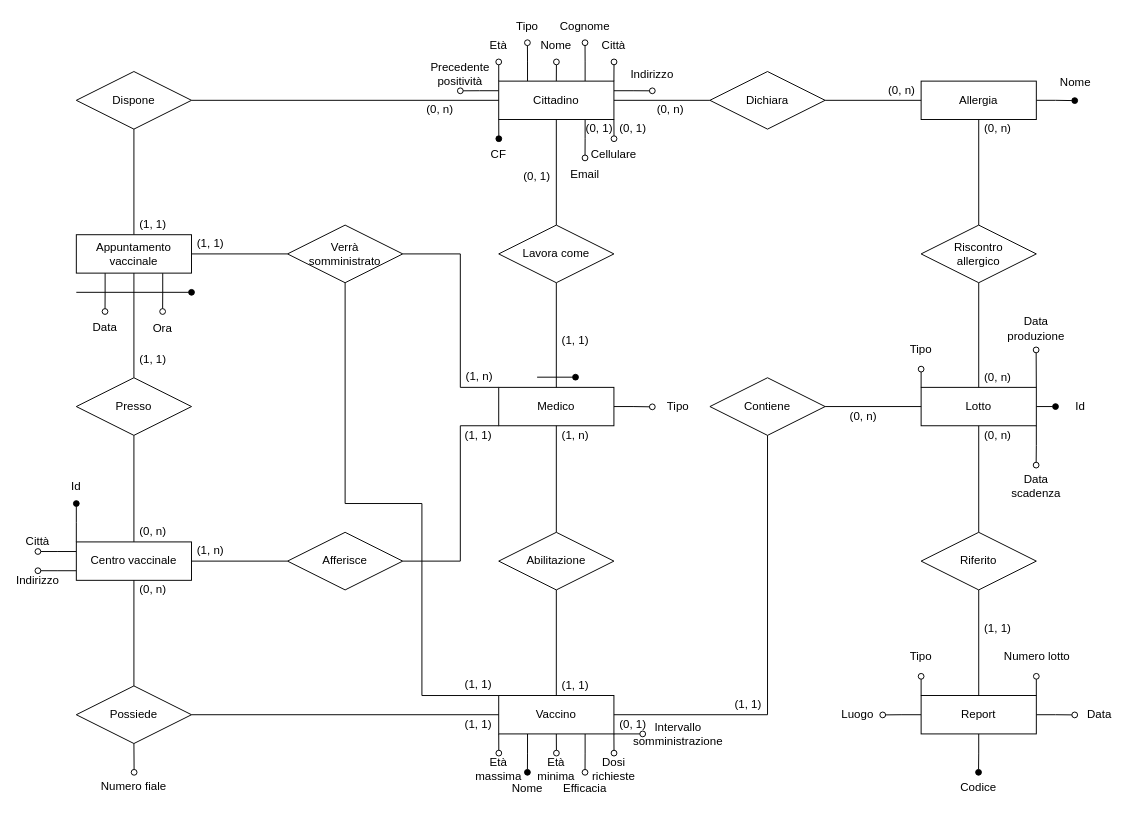
This is page "ER-ristrutturato_v2" (4 of 8) of ER.drawio from TheFlonet/DB, a draw.io file, before an edit. Source tidied: cells renumbered, new cells numbered last; positions are measured from the earlier drawing's top-left corner, leaving out a move shared by most shapes. Both pictures are drawn from the tidied source at 96%, with x=0, y=0 at pixel (18, 16).
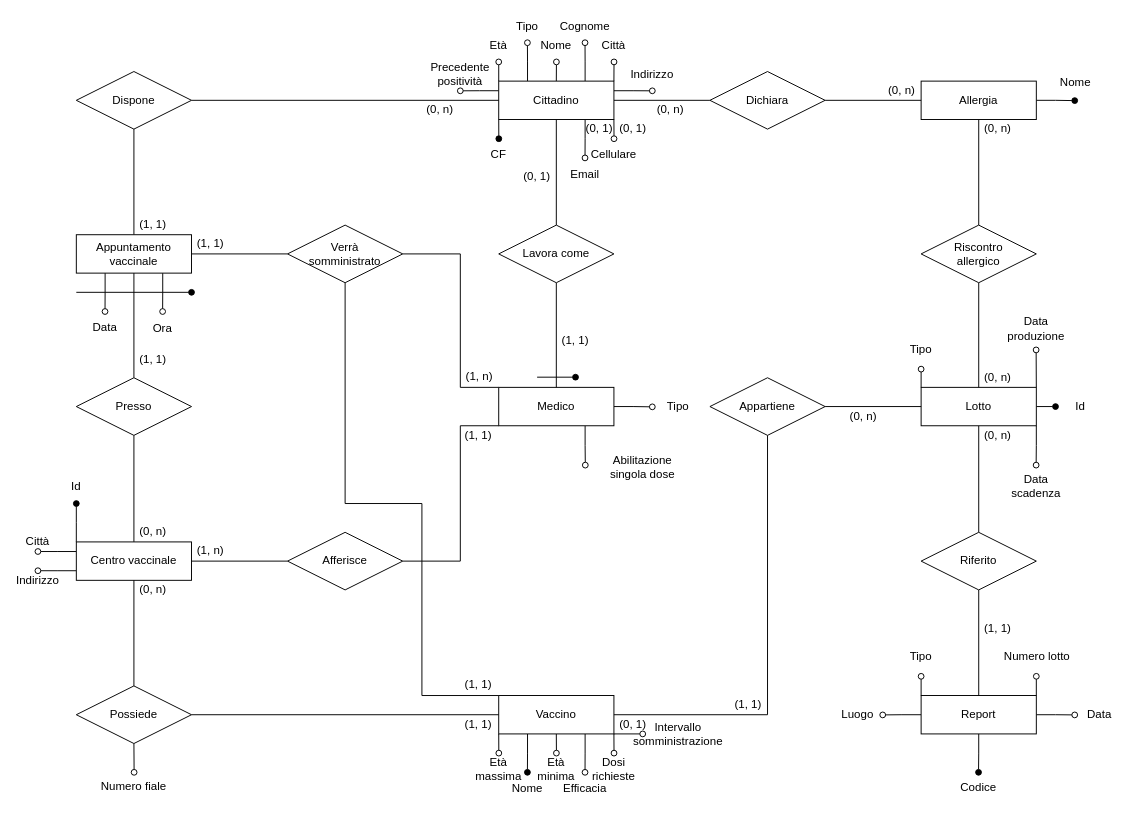
After the change.

Unchanged cells that the change refers to:
```xml
<mxCell id="33" value="Medico" style="whiteSpace=wrap;html=1;align=center;" parent="1" vertex="1">
  <mxGeometry x="500" y="386" width="120" height="40" as="geometry" />
</mxCell>
<mxCell id="41" value="Vaccino" style="whiteSpace=wrap;html=1;align=center;" parent="1" vertex="1">
  <mxGeometry x="500" y="707" width="120" height="40" as="geometry" />
</mxCell>
```

The edit, as a diff of the source:
```diff
@@
+    <mxCell id="138" style="edgeStyle=orthogonalEdgeStyle;rounded=0;jettySize=auto;html=1;exitX=0.75;exitY=1;exitDx=0;exitDy=0;endArrow=oval;endFill=0;" parent="1" edge="1" source="33">
+      <mxGeometry relative="1" as="geometry">
+        <mxPoint x="590.2" y="467" as="targetPoint" />
+      </mxGeometry>
+    </mxCell>
@@
-    <mxCell id="34" style="edgeStyle=orthogonalEdgeStyle;rounded=0;jettySize=auto;html=1;exitX=0.5;exitY=0;exitDx=0;exitDy=0;entryX=0.5;entryY=1;entryDx=0;entryDy=0;endArrow=none;endFill=0;" parent="1" edge="1" source="41" target="67">
-      <mxGeometry relative="1" as="geometry" />
-    </mxCell>
@@
-    <mxCell id="66" style="edgeStyle=orthogonalEdgeStyle;rounded=0;jettySize=auto;html=1;exitX=0.5;exitY=0;exitDx=0;exitDy=0;endArrow=none;endFill=0;" parent="1" edge="1" source="67" target="33">
-      <mxGeometry relative="1" as="geometry" />
-    </mxCell>
-    <mxCell id="67" value="Abilitazione" style="shape=rhombus;perimeter=rhombusPerimeter;whiteSpace=wrap;html=1;align=center;" parent="1" vertex="1">
-      <mxGeometry x="500" y="537" width="120" height="60" as="geometry" />
-    </mxCell>
@@
-    <mxCell id="74" value="Contiene" style="shape=rhombus;perimeter=rhombusPerimeter;whiteSpace=wrap;html=1;align=center;" parent="1" vertex="1">
+    <mxCell id="74" value="Appartiene" style="shape=rhombus;perimeter=rhombusPerimeter;whiteSpace=wrap;html=1;align=center;" parent="1" vertex="1">
       <mxGeometry x="720" y="376" width="120" height="60" as="geometry" />
     </mxCell>
@@
-    <mxCell id="98" value="(1, 1)" style="text;html=1;strokeColor=none;fillColor=none;align=center;verticalAlign=middle;whiteSpace=wrap;rounded=0;" parent="1" vertex="1">
-      <mxGeometry x="560" y="687" width="40" height="20" as="geometry" />
-    </mxCell>
@@
-    <mxCell id="123" value="(1, n)" style="text;html=1;strokeColor=none;fillColor=none;align=center;verticalAlign=middle;whiteSpace=wrap;rounded=0;" parent="1" vertex="1">
-      <mxGeometry x="560" y="426" width="40" height="20" as="geometry" />
-    </mxCell>
@@
+    <mxCell id="139" value="Abilitazione singola dose" style="text;html=1;strokeColor=none;fillColor=none;align=center;verticalAlign=middle;whiteSpace=wrap;rounded=0;" parent="1" vertex="1">
+      <mxGeometry x="610" y="459" width="80" height="20" as="geometry" />
+    </mxCell>
```
